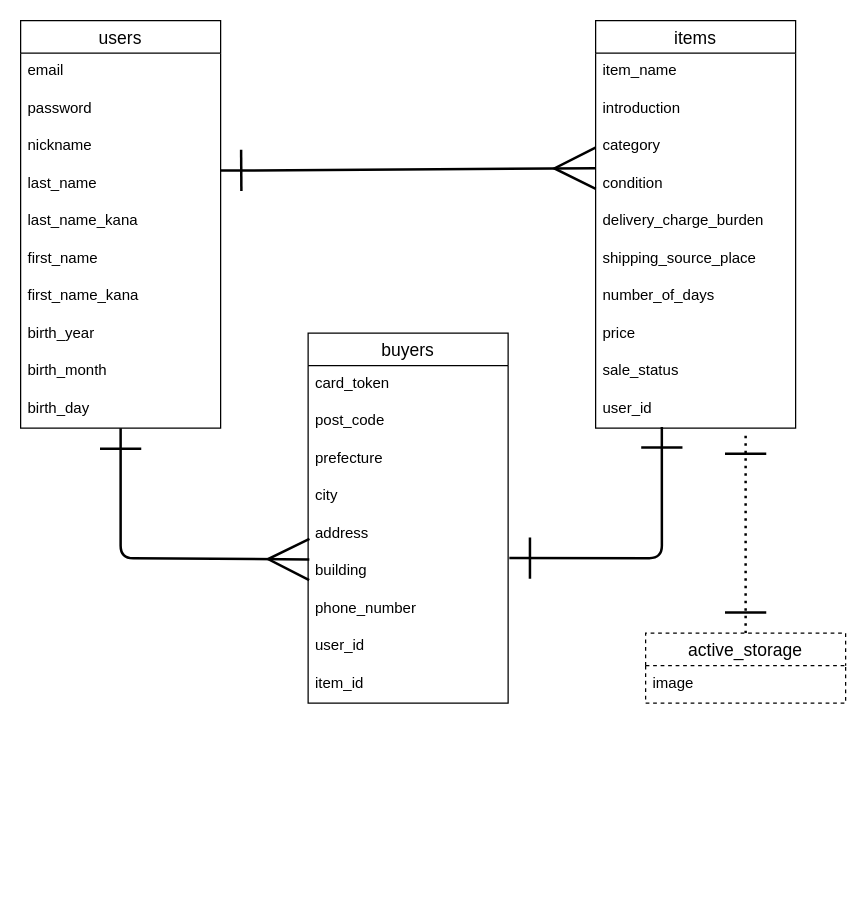
Before: furima.dio in sakuraiswo/furima-40482, a draw.io diagram. Source tidied: cells renumbered, new cells numbered last; positions are measured from the earlier drawing's top-left corner, leaving out a move shared by most shapes. Both pictures are drawn from the tidied source at 125%, with x=0, y=0 at pixel (20, 20).
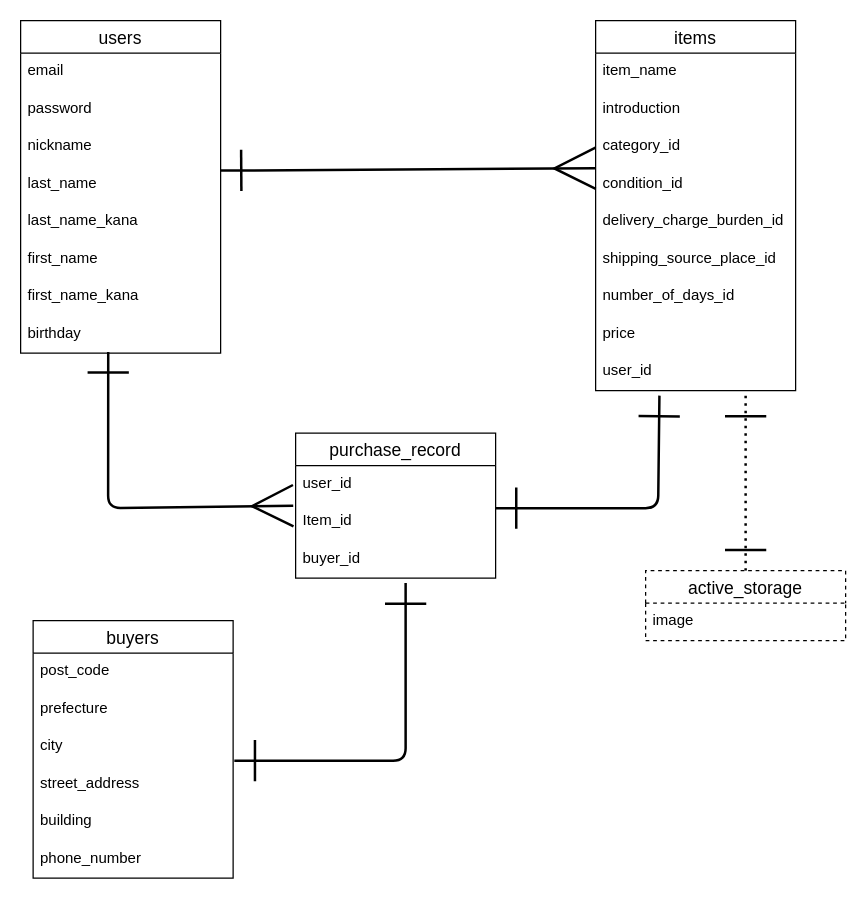
Above is the later version.

Commit message (it also covers changes not shown here):
ER図、READMEの修正

Change to the diagram source:
```diff
@@
     <mxCell id="2" value="users" style="swimlane;fontStyle=0;horizontal=1;startSize=26;align=center;fontSize=14;" parent="1" vertex="1">
-      <mxGeometry width="160" height="326" as="geometry" />
+      <mxGeometry width="160" height="266" as="geometry" />
     </mxCell>
@@
-    <mxCell id="10" value="birth_year" style="text;strokeColor=none;fillColor=none;spacingLeft=4;spacingRight=4;overflow=hidden;fontSize=12;" parent="2" vertex="1">
-      <mxGeometry y="236" width="160" height="30" as="geometry" />
-    </mxCell>
-    <mxCell id="11" value="birth_month" style="text;strokeColor=none;fillColor=none;spacingLeft=4;spacingRight=4;overflow=hidden;fontSize=12;" parent="2" vertex="1">
-      <mxGeometry y="266" width="160" height="30" as="geometry" />
-    </mxCell>
-    <mxCell id="12" value="birth_day" style="text;strokeColor=none;fillColor=none;spacingLeft=4;spacingRight=4;overflow=hidden;points=[[0,0.5],[1,0.5]];portConstraint=eastwest;fontSize=12;" parent="2" vertex="1">
-      <mxGeometry y="296" width="160" height="30" as="geometry" />
+    <mxCell id="12" value="birthday" style="text;strokeColor=none;fillColor=none;spacingLeft=4;spacingRight=4;overflow=hidden;points=[[0,0.5],[1,0.5]];portConstraint=eastwest;fontSize=12;" parent="2" vertex="1">
+      <mxGeometry y="236" width="160" height="30" as="geometry" />
     </mxCell>
     <mxCell id="13" value="items" style="swimlane;fontStyle=0;horizontal=1;startSize=26;align=center;fontSize=14;" parent="1" vertex="1">
-      <mxGeometry x="460" width="160" height="326" as="geometry" />
+      <mxGeometry x="460" width="160" height="296" as="geometry" />
     </mxCell>
@@
-    <mxCell id="16" value="category" style="text;strokeColor=none;fillColor=none;spacingLeft=4;spacingRight=4;overflow=hidden;fontSize=12;" parent="13" vertex="1">
+    <mxCell id="16" value="category_id" style="text;strokeColor=none;fillColor=none;spacingLeft=4;spacingRight=4;overflow=hidden;fontSize=12;" parent="13" vertex="1">
       <mxGeometry y="86" width="160" height="30" as="geometry" />
     </mxCell>
-    <mxCell id="17" value="condition" style="text;strokeColor=none;fillColor=none;spacingLeft=4;spacingRight=4;overflow=hidden;points=[[0,0.5],[1,0.5]];portConstraint=eastwest;fontSize=12;" parent="13" vertex="1">
+    <mxCell id="17" value="condition_id" style="text;strokeColor=none;fillColor=none;spacingLeft=4;spacingRight=4;overflow=hidden;points=[[0,0.5],[1,0.5]];portConstraint=eastwest;fontSize=12;" parent="13" vertex="1">
       <mxGeometry y="116" width="160" height="30" as="geometry" />
     </mxCell>
-    <mxCell id="18" value="delivery_charge_burden" style="text;strokeColor=none;fillColor=none;spacingLeft=4;spacingRight=4;overflow=hidden;fontSize=12;" parent="13" vertex="1">
+    <mxCell id="18" value="delivery_charge_burden_id" style="text;strokeColor=none;fillColor=none;spacingLeft=4;spacingRight=4;overflow=hidden;fontSize=12;" parent="13" vertex="1">
       <mxGeometry y="146" width="160" height="30" as="geometry" />
     </mxCell>
-    <mxCell id="19" value="shipping_source_place" style="text;strokeColor=none;fillColor=none;spacingLeft=4;spacingRight=4;overflow=hidden;fontSize=12;" parent="13" vertex="1">
+    <mxCell id="19" value="shipping_source_place_id" style="text;strokeColor=none;fillColor=none;spacingLeft=4;spacingRight=4;overflow=hidden;fontSize=12;" parent="13" vertex="1">
       <mxGeometry y="176" width="160" height="30" as="geometry" />
     </mxCell>
-    <mxCell id="20" value="number_of_days" style="text;strokeColor=none;fillColor=none;spacingLeft=4;spacingRight=4;overflow=hidden;fontSize=12;" parent="13" vertex="1">
+    <mxCell id="20" value="number_of_days_id" style="text;strokeColor=none;fillColor=none;spacingLeft=4;spacingRight=4;overflow=hidden;fontSize=12;" parent="13" vertex="1">
       <mxGeometry y="206" width="160" height="30" as="geometry" />
     </mxCell>
@@
-    <mxCell id="22" value="sale_status" style="text;strokeColor=none;fillColor=none;spacingLeft=4;spacingRight=4;overflow=hidden;fontSize=12;" parent="13" vertex="1">
-      <mxGeometry y="266" width="160" height="30" as="geometry" />
-    </mxCell>
     <mxCell id="23" value="user_id" style="text;strokeColor=none;fillColor=none;spacingLeft=4;spacingRight=4;overflow=hidden;points=[[0,0.5],[1,0.5]];portConstraint=eastwest;fontSize=12;" parent="13" vertex="1">
-      <mxGeometry y="296" width="160" height="30" as="geometry" />
+      <mxGeometry y="266" width="160" height="30" as="geometry" />
     </mxCell>
     <mxCell id="24" value="buyers" style="swimlane;fontStyle=0;horizontal=1;startSize=26;align=center;fontSize=14;" parent="1" vertex="1">
-      <mxGeometry x="230" y="250" width="160" height="296" as="geometry" />
+      <mxGeometry x="10" y="480" width="160" height="206" as="geometry" />
     </mxCell>
-    <mxCell id="25" value="card_token" style="text;strokeColor=none;fillColor=none;spacingLeft=4;spacingRight=4;overflow=hidden;fontSize=12;" parent="24" vertex="1">
-      <mxGeometry y="26" width="160" height="30" as="geometry" />
-    </mxCell>
     <mxCell id="26" value="post_code&#10;" style="text;strokeColor=none;fillColor=none;spacingLeft=4;spacingRight=4;overflow=hidden;fontSize=12;" parent="24" vertex="1">
-      <mxGeometry y="56" width="160" height="30" as="geometry" />
+      <mxGeometry y="26" width="160" height="30" as="geometry" />
     </mxCell>
     <mxCell id="27" value="prefecture" style="text;strokeColor=none;fillColor=none;spacingLeft=4;spacingRight=4;overflow=hidden;fontSize=12;" parent="24" vertex="1">
-      <mxGeometry y="86" width="160" height="30" as="geometry" />
+      <mxGeometry y="56" width="160" height="30" as="geometry" />
     </mxCell>
     <mxCell id="28" value="city" style="text;strokeColor=none;fillColor=none;spacingLeft=4;spacingRight=4;overflow=hidden;fontSize=12;" parent="24" vertex="1">
-      <mxGeometry y="116" width="160" height="30" as="geometry" />
+      <mxGeometry y="86" width="160" height="30" as="geometry" />
     </mxCell>
-    <mxCell id="29" value="address" style="text;strokeColor=none;fillColor=none;spacingLeft=4;spacingRight=4;overflow=hidden;points=[[0,0.5],[1,0.5]];portConstraint=eastwest;fontSize=12;" parent="24" vertex="1">
-      <mxGeometry y="146" width="160" height="30" as="geometry" />
+    <mxCell id="29" value="street_address" style="text;strokeColor=none;fillColor=none;spacingLeft=4;spacingRight=4;overflow=hidden;points=[[0,0.5],[1,0.5]];portConstraint=eastwest;fontSize=12;" parent="24" vertex="1">
+      <mxGeometry y="116" width="160" height="30" as="geometry" />
     </mxCell>
     <mxCell id="30" value="building" style="text;strokeColor=none;fillColor=none;spacingLeft=4;spacingRight=4;overflow=hidden;points=[[0,0.5],[1,0.5]];portConstraint=eastwest;fontSize=12;" parent="24" vertex="1">
-      <mxGeometry y="176" width="160" height="30" as="geometry" />
+      <mxGeometry y="146" width="160" height="30" as="geometry" />
     </mxCell>
     <mxCell id="31" value="phone_number" style="text;strokeColor=none;fillColor=none;spacingLeft=4;spacingRight=4;overflow=hidden;fontSize=12;" parent="24" vertex="1">
-      <mxGeometry y="206" width="160" height="30" as="geometry" />
+      <mxGeometry y="176" width="160" height="30" as="geometry" />
     </mxCell>
-    <mxCell id="32" value="user_id" style="text;strokeColor=none;fillColor=none;spacingLeft=4;spacingRight=4;overflow=hidden;points=[[0,0.5],[1,0.5]];portConstraint=eastwest;fontSize=12;" parent="24" vertex="1">
-      <mxGeometry y="236" width="160" height="30" as="geometry" />
-    </mxCell>
-    <mxCell id="33" value="item_id" style="text;strokeColor=none;fillColor=none;spacingLeft=4;spacingRight=4;overflow=hidden;fontSize=12;" parent="24" vertex="1">
-      <mxGeometry y="266" width="160" height="30" as="geometry" />
-    </mxCell>
@@
-    <mxCell id="35" style="edgeStyle=none;html=1;entryX=1.006;entryY=0.133;entryDx=0;entryDy=0;strokeWidth=2;startArrow=ERone;startFill=0;endArrow=ERone;endFill=0;startSize=30;endSize=30;entryPerimeter=0;exitX=0.331;exitY=0.967;exitDx=0;exitDy=0;exitPerimeter=0;" parent="1" edge="1" source="23" target="30">
-      <mxGeometry relative="1" as="geometry">
-        <Array as="points">
-          <mxPoint x="513" y="430" />
-        </Array>
-      </mxGeometry>
-    </mxCell>
-    <mxCell id="36" style="edgeStyle=none;html=1;exitX=0.006;exitY=0.167;exitDx=0;exitDy=0;strokeWidth=2;startArrow=ERmany;startFill=0;endArrow=ERone;endFill=0;startSize=30;endSize=30;exitPerimeter=0;entryX=0.5;entryY=1;entryDx=0;entryDy=0;entryPerimeter=0;" parent="1" edge="1" source="30" target="12">
+    <mxCell id="36" style="edgeStyle=none;html=1;strokeWidth=2;startArrow=ERone;startFill=0;endArrow=ERone;endFill=0;startSize=30;endSize=30;entryX=0.55;entryY=1.133;entryDx=0;entryDy=0;entryPerimeter=0;exitX=1.006;exitY=-0.133;exitDx=0;exitDy=0;exitPerimeter=0;" parent="1" edge="1" source="29" target="42">
       <mxGeometry relative="1" as="geometry">
         <Array as="points">
-          <mxPoint x="80" y="430" />
+          <mxPoint x="308" y="592" />
         </Array>
       </mxGeometry>
     </mxCell>
@@
     <mxCell id="38" value="active_storage" style="swimlane;fontStyle=0;horizontal=1;startSize=26;align=center;fontSize=14;dashed=1;" parent="1" vertex="1">
-      <mxGeometry x="500" y="490" width="160" height="56" as="geometry" />
+      <mxGeometry x="500" y="440" width="160" height="56" as="geometry" />
     </mxCell>
@@
+    <mxCell id="40" value="purchase_record" style="swimlane;fontStyle=0;horizontal=1;startSize=26;align=center;fontSize=14;" parent="1" vertex="1">
+      <mxGeometry x="220" y="330" width="160" height="116" as="geometry" />
+    </mxCell>
+    <mxCell id="32" value="user_id" style="text;strokeColor=none;fillColor=none;spacingLeft=4;spacingRight=4;overflow=hidden;points=[[0,0.5],[1,0.5]];portConstraint=eastwest;fontSize=12;" parent="40" vertex="1">
+      <mxGeometry y="26" width="160" height="30" as="geometry" />
+    </mxCell>
+    <mxCell id="41" value="Item_id" style="text;strokeColor=none;fillColor=none;spacingLeft=4;spacingRight=4;overflow=hidden;fontSize=12;" parent="40" vertex="1">
+      <mxGeometry y="56" width="160" height="30" as="geometry" />
+    </mxCell>
+    <mxCell id="42" value="buyer_id" style="text;strokeColor=none;fillColor=none;spacingLeft=4;spacingRight=4;overflow=hidden;points=[[0,0.5],[1,0.5]];portConstraint=eastwest;fontSize=12;" parent="40" vertex="1">
+      <mxGeometry y="86" width="160" height="30" as="geometry" />
+    </mxCell>
+    <mxCell id="43" style="edgeStyle=none;html=1;startArrow=ERmany;startFill=0;endArrow=ERone;endFill=0;strokeWidth=2;endSize=30;sourcePerimeterSpacing=1;startSize=30;exitX=-0.012;exitY=1.067;exitDx=0;exitDy=0;entryX=0.438;entryY=0.967;entryDx=0;entryDy=0;entryPerimeter=0;exitPerimeter=0;" parent="1" edge="1" source="32" target="12">
+      <mxGeometry relative="1" as="geometry">
+        <Array as="points">
+          <mxPoint x="70" y="390" />
+        </Array>
+      </mxGeometry>
+    </mxCell>
+    <mxCell id="44" style="edgeStyle=none;html=1;exitX=0.319;exitY=1.133;exitDx=0;exitDy=0;strokeWidth=2;startArrow=ERone;startFill=0;endArrow=ERone;endFill=0;startSize=30;endSize=30;sourcePerimeterSpacing=1;exitPerimeter=0;" parent="1" edge="1" source="23">
+      <mxGeometry relative="1" as="geometry">
+        <mxPoint x="380" y="390" as="targetPoint" />
+        <Array as="points">
+          <mxPoint x="510" y="390" />
+        </Array>
+      </mxGeometry>
+    </mxCell>
```
